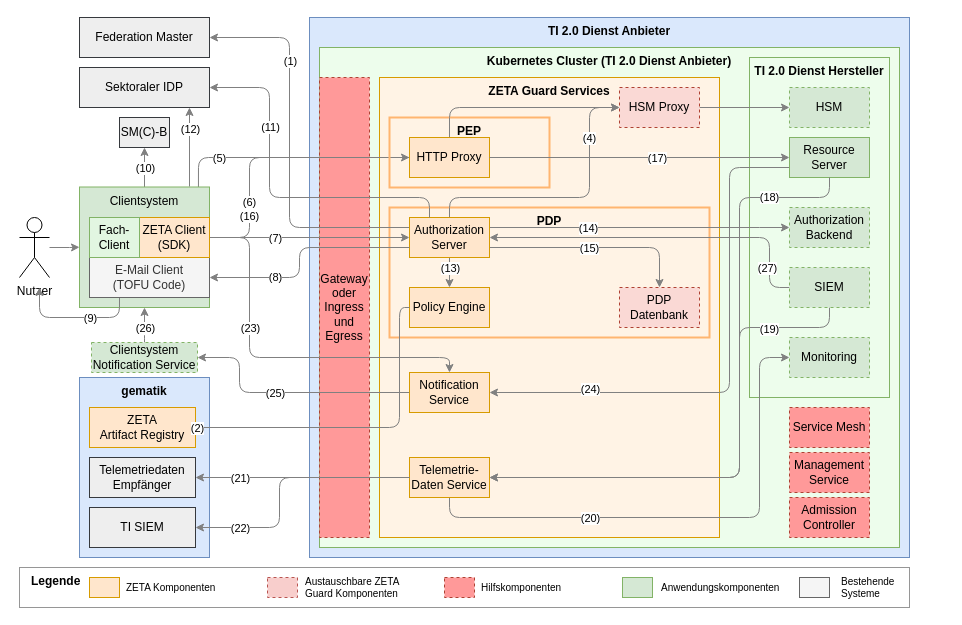
The draw.io diagram src/drawio/Abb-ZETA-Architektur.drawio in gematik/zeta, before the edit. Source tidied: cells renumbered, new cells numbered last; positions are measured from the earlier drawing's top-left corner, leaving out a move shared by most shapes. Both pictures are drawn from the tidied source at 100%, with x=0, y=0 at pixel (19, 17).
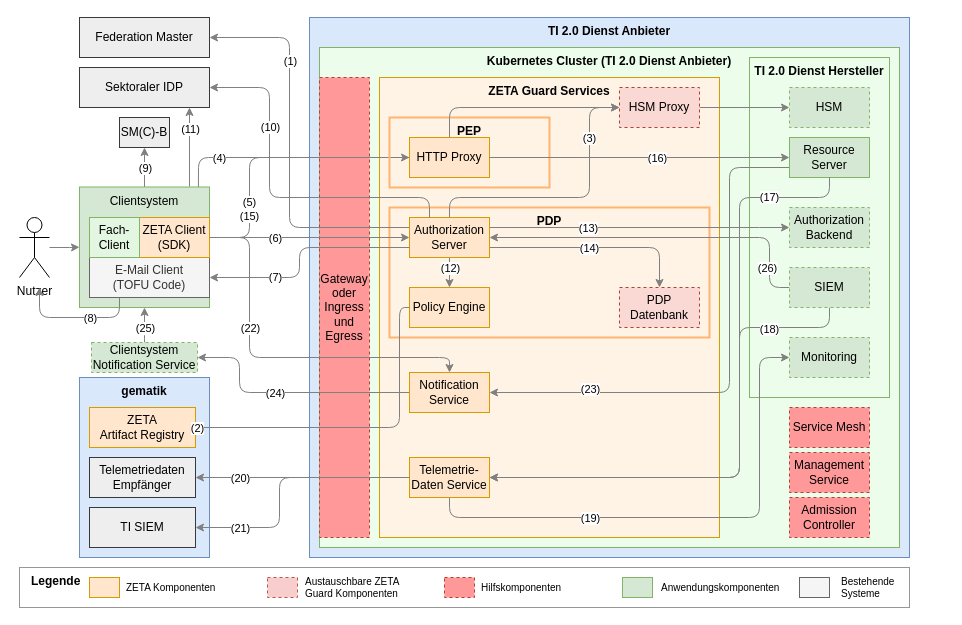
After the change.

Commit message:
fix: Correct values in edge labels and update diagram dimensions in Abb-ZETA-Architektur.drawio

The change refers to these unchanged cells:
```xml
<mxCell id="14" style="edgeStyle=orthogonalEdgeStyle;html=1;entryX=0.5;entryY=0;entryDx=0;entryDy=0;exitX=1;exitY=0.75;exitDx=0;exitDy=0;strokeColor=#808080;" parent="1" edge="1" source="20" target="77">
  <mxGeometry relative="1" as="geometry" />
</mxCell>
<mxCell id="16" style="edgeStyle=orthogonalEdgeStyle;html=1;entryX=0;entryY=0.5;entryDx=0;entryDy=0;exitX=1;exitY=0.25;exitDx=0;exitDy=0;strokeColor=#808080;" parent="1" edge="1" source="20" target="24">
  <mxGeometry relative="1" as="geometry">
    <Array as="points">
      <mxPoint x="730" y="210" />
      <mxPoint x="730" y="210" />
    </Array>
  </mxGeometry>
</mxCell>
<mxCell id="18" style="edgeStyle=none;html=1;entryX=0.5;entryY=0;entryDx=0;entryDy=0;fontColor=#808080;strokeColor=#808080;" parent="1" edge="1" source="20" target="8">
  <mxGeometry relative="1" as="geometry" />
</mxCell>
<mxCell id="21" style="edgeStyle=orthogonalEdgeStyle;rounded=1;jettySize=auto;html=1;entryX=1;entryY=0.5;entryDx=0;entryDy=0;exitX=0;exitY=0.75;exitDx=0;exitDy=0;curved=0;strokeColor=#808080;" parent="1" edge="1" source="23" target="81">
  <mxGeometry relative="1" as="geometry">
    <Array as="points">
      <mxPoint x="710" y="150" />
      <mxPoint x="710" y="375" />
    </Array>
  </mxGeometry>
</mxCell>
<mxCell id="25" style="edgeStyle=orthogonalEdgeStyle;rounded=1;jettySize=auto;html=1;startArrow=none;startFill=0;entryX=0;entryY=0.5;entryDx=0;entryDy=0;curved=0;exitX=0.5;exitY=1;exitDx=0;exitDy=0;strokeColor=#808080;" parent="1" edge="1" source="27" target="30">
  <mxGeometry relative="1" as="geometry">
    <Array as="points">
      <mxPoint x="430" y="500" />
      <mxPoint x="740" y="500" />
      <mxPoint x="740" y="340" />
    </Array>
  </mxGeometry>
</mxCell>
<mxCell id="28" style="edgeStyle=orthogonalEdgeStyle;rounded=1;jettySize=auto;html=1;curved=0;entryX=1;entryY=0.5;entryDx=0;entryDy=0;exitX=0;exitY=0.5;exitDx=0;exitDy=0;strokeColor=#808080;" parent="1" edge="1" source="78" target="20">
  <mxGeometry relative="1" as="geometry">
    <Array as="points">
      <mxPoint x="750" y="270" />
      <mxPoint x="750" y="220" />
    </Array>
  </mxGeometry>
</mxCell>
<mxCell id="31" style="edgeStyle=orthogonalEdgeStyle;rounded=1;orthogonalLoop=1;jettySize=auto;html=1;curved=0;entryX=0;entryY=0.5;entryDx=0;entryDy=0;exitX=1;exitY=0.5;exitDx=0;exitDy=0;strokeColor=#808080;" parent="1" edge="1">
  <mxGeometry relative="1" as="geometry">
    <mxPoint x="200" y="220" as="sourcePoint" />
    <mxPoint x="403.5" y="140" as="targetPoint" />
    <Array as="points">
      <mxPoint x="230" y="220" />
      <mxPoint x="230" y="140" />
    </Array>
  </mxGeometry>
</mxCell>
<mxCell id="33" style="edgeStyle=orthogonalEdgeStyle;rounded=1;jettySize=auto;html=1;entryX=0.5;entryY=1;entryDx=0;entryDy=0;curved=0;exitX=0.5;exitY=0;exitDx=0;exitDy=0;strokeColor=#808080;" parent="1" edge="1" source="37" target="43">
  <mxGeometry relative="1" as="geometry">
    <Array as="points">
      <mxPoint x="125" y="169.6" />
      <mxPoint x="125" y="130.1" />
    </Array>
  </mxGeometry>
</mxCell>
<mxCell id="35" style="edgeStyle=orthogonalEdgeStyle;html=1;entryX=0;entryY=0.5;entryDx=0;entryDy=0;strokeColor=#808080;exitX=0.915;exitY=0;exitDx=0;exitDy=0;exitPerimeter=0;" parent="1" edge="1" source="37" target="72">
  <mxGeometry relative="1" as="geometry">
    <Array as="points">
      <mxPoint x="179" y="140" />
    </Array>
  </mxGeometry>
</mxCell>
<mxCell id="40" style="edgeStyle=orthogonalEdgeStyle;rounded=1;jettySize=auto;html=1;curved=0;strokeColor=#808080;exitX=0.25;exitY=1;exitDx=0;exitDy=0;" parent="1" edge="1" source="42">
  <mxGeometry relative="1" as="geometry">
    <mxPoint x="20" y="270" as="targetPoint" />
    <Array as="points">
      <mxPoint x="100" y="300" />
      <mxPoint x="20" y="300" />
    </Array>
  </mxGeometry>
</mxCell>
<mxCell id="45" style="edgeStyle=orthogonalEdgeStyle;rounded=0;orthogonalLoop=1;jettySize=auto;html=1;strokeColor=#808080;" parent="1" edge="1">
  <mxGeometry relative="1" as="geometry">
    <mxPoint x="170" y="169" as="sourcePoint" />
    <mxPoint x="170" y="90" as="targetPoint" />
  </mxGeometry>
</mxCell>
<mxCell id="47" style="edgeStyle=orthogonalEdgeStyle;rounded=1;jettySize=auto;html=1;entryX=1;entryY=0.5;entryDx=0;entryDy=0;exitX=0;exitY=0.5;exitDx=0;exitDy=0;curved=0;strokeColor=#808080;" parent="1" edge="1" source="27" target="53">
  <mxGeometry relative="1" as="geometry">
    <Array as="points">
      <mxPoint x="330" y="460" />
      <mxPoint x="330" y="460" />
    </Array>
  </mxGeometry>
</mxCell>
<mxCell id="49" style="edgeStyle=orthogonalEdgeStyle;rounded=1;jettySize=auto;html=1;entryX=1;entryY=0.5;entryDx=0;entryDy=0;curved=0;exitX=0;exitY=0.5;exitDx=0;exitDy=0;strokeColor=#808080;" parent="1" edge="1" source="27" target="55">
  <mxGeometry relative="1" as="geometry">
    <Array as="points">
      <mxPoint x="260" y="460" />
      <mxPoint x="260" y="510" />
    </Array>
  </mxGeometry>
</mxCell>
<mxCell id="51" style="edgeStyle=orthogonalEdgeStyle;rounded=1;jettySize=auto;html=1;curved=0;exitX=0.5;exitY=1;exitDx=0;exitDy=0;startArrow=none;startFill=0;entryX=1;entryY=0.5;entryDx=0;entryDy=0;strokeColor=#808080;" parent="1" edge="1" source="78" target="27">
  <mxGeometry relative="1" as="geometry">
    <Array as="points">
      <mxPoint x="809.7" y="290" />
      <mxPoint x="809.7" y="310" />
      <mxPoint x="720" y="310" />
      <mxPoint x="720" y="460" />
    </Array>
  </mxGeometry>
</mxCell>
<mxCell id="62" style="edgeStyle=orthogonalEdgeStyle;rounded=1;jettySize=auto;html=1;entryX=1;entryY=0.5;entryDx=0;entryDy=0;exitX=0;exitY=0.75;exitDx=0;exitDy=0;curved=0;strokeColor=#808080;" parent="1" edge="1" source="20" target="42">
  <mxGeometry relative="1" as="geometry">
    <Array as="points">
      <mxPoint x="280" y="230" />
      <mxPoint x="280" y="260" />
    </Array>
  </mxGeometry>
</mxCell>
<mxCell id="64" style="edgeStyle=orthogonalEdgeStyle;rounded=1;jettySize=auto;html=1;entryX=0.5;entryY=0;entryDx=0;entryDy=0;curved=0;exitX=1;exitY=0.5;exitDx=0;exitDy=0;strokeColor=#808080;" parent="1" edge="1" source="68" target="81">
  <mxGeometry relative="1" as="geometry">
    <Array as="points">
      <mxPoint x="230" y="220" />
      <mxPoint x="230" y="340" />
      <mxPoint x="430" y="340" />
    </Array>
  </mxGeometry>
</mxCell>
<mxCell id="66" style="edgeStyle=orthogonalEdgeStyle;html=1;entryX=0;entryY=0.5;entryDx=0;entryDy=0;exitX=1;exitY=0.5;exitDx=0;exitDy=0;strokeColor=#808080;" parent="1" edge="1" source="68" target="20">
  <mxGeometry relative="1" as="geometry">
    <Array as="points">
      <mxPoint x="210" y="220" />
      <mxPoint x="210" y="220" />
    </Array>
  </mxGeometry>
</mxCell>
<mxCell id="70" style="edgeStyle=orthogonalEdgeStyle;html=1;entryX=0;entryY=0.5;entryDx=0;entryDy=0;exitX=0.5;exitY=0;exitDx=0;exitDy=0;strokeColor=#808080;" parent="1" edge="1" source="72" target="88">
  <mxGeometry relative="1" as="geometry">
    <Array as="points">
      <mxPoint x="430" y="90" />
    </Array>
  </mxGeometry>
</mxCell>
<mxCell id="73" style="edgeStyle=orthogonalEdgeStyle;rounded=1;jettySize=auto;html=1;entryX=1;entryY=0.5;entryDx=0;entryDy=0;exitX=0.25;exitY=0;exitDx=0;exitDy=0;curved=0;strokeColor=#808080;" parent="1" edge="1" source="20" target="44">
  <mxGeometry relative="1" as="geometry">
    <Array as="points">
      <mxPoint x="410" y="180" />
      <mxPoint x="250" y="180" />
      <mxPoint x="250" y="70" />
    </Array>
  </mxGeometry>
</mxCell>
<mxCell id="75" style="edgeStyle=orthogonalEdgeStyle;rounded=1;jettySize=auto;html=1;entryX=0;entryY=0.5;entryDx=0;entryDy=0;exitX=1;exitY=0.5;exitDx=0;exitDy=0;curved=0;strokeColor=#808080;" parent="1" edge="1" source="72" target="23">
  <mxGeometry relative="1" as="geometry">
    <Array as="points">
      <mxPoint x="769" y="140" />
    </Array>
  </mxGeometry>
</mxCell>
<mxCell id="79" style="edgeStyle=orthogonalEdgeStyle;rounded=1;jettySize=auto;html=1;entryX=1;entryY=0.5;entryDx=0;entryDy=0;exitX=0;exitY=0.5;exitDx=0;exitDy=0;curved=0;strokeColor=#808080;" parent="1" edge="1" source="81" target="84">
  <mxGeometry relative="1" as="geometry">
    <Array as="points">
      <mxPoint x="220" y="375" />
      <mxPoint x="220" y="340" />
    </Array>
  </mxGeometry>
</mxCell>
<mxCell id="82" style="edgeStyle=orthogonalEdgeStyle;rounded=1;jettySize=auto;html=1;entryX=0.5;entryY=1;entryDx=0;entryDy=0;exitX=0.5;exitY=0;exitDx=0;exitDy=0;curved=0;strokeColor=#808080;" parent="1" edge="1" source="84" target="37">
  <mxGeometry relative="1" as="geometry">
    <Array as="points">
      <mxPoint x="125" y="320" />
      <mxPoint x="125" y="320" />
    </Array>
  </mxGeometry>
</mxCell>
<mxCell id="98" style="edgeStyle=orthogonalEdgeStyle;rounded=1;jettySize=auto;html=1;entryX=1;entryY=0.5;entryDx=0;entryDy=0;curved=0;exitX=0.5;exitY=1;exitDx=0;exitDy=0;strokeColor=#808080;" parent="1" edge="1" source="23" target="27">
  <mxGeometry relative="1" as="geometry">
    <Array as="points">
      <mxPoint x="809.7" y="180" />
      <mxPoint x="720" y="180" />
      <mxPoint x="720" y="460" />
    </Array>
  </mxGeometry>
</mxCell>
```

Diff of the diagram source:
```diff
@@
-    <mxCell id="15" value="(15)" style="edgeLabel;html=1;align=center;verticalAlign=middle;" parent="14" vertex="1">
+    <mxCell id="15" value="(14)" style="edgeLabel;html=1;align=center;verticalAlign=middle;" parent="14" vertex="1">
       <mxGeometry x="-0.48" relative="1" as="geometry">
         <mxPoint x="44" as="offset" />
       </mxGeometry>
     </mxCell>
@@
-    <mxCell id="17" value="(14)" style="edgeLabel;html=1;align=center;verticalAlign=middle;" parent="16" vertex="1">
+    <mxCell id="17" value="(13)" style="edgeLabel;html=1;align=center;verticalAlign=middle;" parent="16" vertex="1">
       <mxGeometry x="0.19" y="-1" relative="1" as="geometry">
         <mxPoint x="-81" y="-1" as="offset" />
       </mxGeometry>
     </mxCell>
@@
-    <mxCell id="19" value="(13)" style="edgeLabel;html=1;align=center;verticalAlign=middle;" parent="18" vertex="1">
+    <mxCell id="19" value="(12)" style="edgeLabel;html=1;align=center;verticalAlign=middle;" parent="18" vertex="1">
       <mxGeometry x="-0.28" y="-1" relative="1" as="geometry">
         <mxPoint x="1" y="-1" as="offset" />
       </mxGeometry>
     </mxCell>
@@
-    <mxCell id="22" value="(24)" style="edgeLabel;html=1;align=center;verticalAlign=middle;" parent="21" vertex="1">
+    <mxCell id="22" value="(23)" style="edgeLabel;html=1;align=center;verticalAlign=middle;" parent="21" vertex="1">
       <mxGeometry x="-0.28" y="1" relative="1" as="geometry">
         <mxPoint x="-141" y="92" as="offset" />
       </mxGeometry>
     </mxCell>
@@
-    <mxCell id="26" value="(20)" style="edgeLabel;html=1;align=center;verticalAlign=middle;" parent="25" vertex="1">
+    <mxCell id="26" value="(19)" style="edgeLabel;html=1;align=center;verticalAlign=middle;" parent="25" vertex="1">
       <mxGeometry x="-0.08" y="-1" relative="1" as="geometry">
         <mxPoint x="-79" y="-1" as="offset" />
       </mxGeometry>
     </mxCell>
@@
-    <mxCell id="29" value="(27)" style="edgeLabel;html=1;align=center;verticalAlign=middle;" parent="28" vertex="1">
+    <mxCell id="29" value="(26)" style="edgeLabel;html=1;align=center;verticalAlign=middle;" parent="28" vertex="1">
       <mxGeometry x="0.13" relative="1" as="geometry">
         <mxPoint x="125" y="30" as="offset" />
       </mxGeometry>
     </mxCell>
@@
-    <mxCell id="32" value="(6)&lt;div&gt;(16)&lt;/div&gt;" style="edgeLabel;html=1;align=center;verticalAlign=middle;" parent="31" vertex="1">
+    <mxCell id="32" value="(5)&lt;div&gt;(15)&lt;/div&gt;" style="edgeLabel;html=1;align=center;verticalAlign=middle;" parent="31" vertex="1">
       <mxGeometry x="-0.54" y="1" relative="1" as="geometry">
         <mxPoint y="6" as="offset" />
       </mxGeometry>
     </mxCell>
@@
-    <mxCell id="34" value="(10)" style="edgeLabel;html=1;align=center;verticalAlign=middle;" parent="33" vertex="1">
+    <mxCell id="34" value="(9)" style="edgeLabel;html=1;align=center;verticalAlign=middle;" parent="33" vertex="1">
       <mxGeometry x="0.12" relative="1" as="geometry">
         <mxPoint y="3" as="offset" />
       </mxGeometry>
     </mxCell>
@@
-    <mxCell id="36" value="(5)" style="edgeLabel;html=1;align=center;verticalAlign=middle;" parent="35" vertex="1">
+    <mxCell id="36" value="(4)" style="edgeLabel;html=1;align=center;verticalAlign=middle;" parent="35" vertex="1">
       <mxGeometry x="-0.35" y="1" relative="1" as="geometry">
         <mxPoint x="-28" y="1" as="offset" />
       </mxGeometry>
     </mxCell>
@@
-    <mxCell id="41" value="(9)" style="edgeLabel;html=1;align=center;verticalAlign=middle;" parent="40" vertex="1">
+    <mxCell id="41" value="(8)" style="edgeLabel;html=1;align=center;verticalAlign=middle;" parent="40" vertex="1">
       <mxGeometry x="0.15" y="1" relative="1" as="geometry">
         <mxPoint x="25" y="-1" as="offset" />
       </mxGeometry>
     </mxCell>
@@
-    <mxCell id="46" value="(12)" style="edgeLabel;html=1;align=center;verticalAlign=middle;" parent="45" vertex="1">
+    <mxCell id="46" value="(11)" style="edgeLabel;html=1;align=center;verticalAlign=middle;" parent="45" vertex="1">
       <mxGeometry x="0.47" relative="1" as="geometry" />
     </mxCell>
@@
-    <mxCell id="48" value="(21)" style="edgeLabel;html=1;align=center;verticalAlign=middle;" parent="47" vertex="1">
+    <mxCell id="48" value="(20)" style="edgeLabel;html=1;align=center;verticalAlign=middle;" parent="47" vertex="1">
       <mxGeometry x="0.79" y="-1" relative="1" as="geometry">
         <mxPoint x="22" y="1" as="offset" />
       </mxGeometry>
     </mxCell>
@@
-    <mxCell id="50" value="(22)" style="edgeLabel;html=1;align=center;verticalAlign=middle;" parent="49" vertex="1">
+    <mxCell id="50" value="(21)" style="edgeLabel;html=1;align=center;verticalAlign=middle;" parent="49" vertex="1">
       <mxGeometry x="0.86" relative="1" as="geometry">
         <mxPoint x="26" as="offset" />
       </mxGeometry>
     </mxCell>
@@
-    <mxCell id="52" value="(19)" style="edgeLabel;html=1;align=center;verticalAlign=middle;" parent="51" vertex="1">
+    <mxCell id="52" value="(18)" style="edgeLabel;html=1;align=center;verticalAlign=middle;" parent="51" vertex="1">
       <mxGeometry x="-0.46" y="-1" relative="1" as="geometry">
         <mxPoint x="30" y="-27" as="offset" />
       </mxGeometry>
     </mxCell>
@@
-    <mxCell id="63" value="(8)" style="edgeLabel;html=1;align=center;verticalAlign=middle;" parent="62" vertex="1">
+    <mxCell id="63" value="(7)" style="edgeLabel;html=1;align=center;verticalAlign=middle;" parent="62" vertex="1">
       <mxGeometry x="0.15" relative="1" as="geometry">
         <mxPoint x="-25" y="7" as="offset" />
       </mxGeometry>
     </mxCell>
@@
-    <mxCell id="65" value="(23)" style="edgeLabel;html=1;align=center;verticalAlign=middle;" parent="64" vertex="1">
+    <mxCell id="65" value="(22)" style="edgeLabel;html=1;align=center;verticalAlign=middle;" parent="64" vertex="1">
       <mxGeometry x="-0.39" relative="1" as="geometry">
         <mxPoint y="16" as="offset" />
       </mxGeometry>
     </mxCell>
@@
-    <mxCell id="67" value="(7)" style="edgeLabel;html=1;align=center;verticalAlign=middle;" parent="66" vertex="1">
+    <mxCell id="67" value="(6)" style="edgeLabel;html=1;align=center;verticalAlign=middle;" parent="66" vertex="1">
       <mxGeometry x="-0.39" relative="1" as="geometry">
         <mxPoint x="4" as="offset" />
       </mxGeometry>
     </mxCell>
@@
-    <mxCell id="71" value="(4)" style="edgeLabel;html=1;align=center;verticalAlign=middle;" parent="70" vertex="1">
+    <mxCell id="71" value="(3)" style="edgeLabel;html=1;align=center;verticalAlign=middle;" parent="70" vertex="1">
       <mxGeometry x="0.86" relative="1" as="geometry">
         <mxPoint x="-17" y="30" as="offset" />
       </mxGeometry>
     </mxCell>
@@
-    <mxCell id="74" value="(11)" style="edgeLabel;html=1;align=center;verticalAlign=middle;" parent="73" vertex="1">
+    <mxCell id="74" value="(10)" style="edgeLabel;html=1;align=center;verticalAlign=middle;" parent="73" vertex="1">
       <mxGeometry x="0.51" relative="1" as="geometry">
         <mxPoint y="13" as="offset" />
       </mxGeometry>
     </mxCell>
@@
-    <mxCell id="76" value="(17)" style="edgeLabel;html=1;align=center;verticalAlign=middle;" parent="75" vertex="1">
+    <mxCell id="76" value="(16)" style="edgeLabel;html=1;align=center;verticalAlign=middle;" parent="75" vertex="1">
       <mxGeometry x="-0.3" relative="1" as="geometry">
         <mxPoint x="62" as="offset" />
       </mxGeometry>
     </mxCell>
@@
-    <mxCell id="80" value="(25)" style="edgeLabel;html=1;align=center;verticalAlign=middle;" parent="79" vertex="1">
+    <mxCell id="80" value="(24)" style="edgeLabel;html=1;align=center;verticalAlign=middle;" parent="79" vertex="1">
       <mxGeometry x="0.76" relative="1" as="geometry">
         <mxPoint x="47" y="35" as="offset" />
       </mxGeometry>
     </mxCell>
@@
-    <mxCell id="83" value="(26)" style="edgeLabel;html=1;align=center;verticalAlign=middle;" parent="82" vertex="1">
+    <mxCell id="83" value="(25)" style="edgeLabel;html=1;align=center;verticalAlign=middle;" parent="82" vertex="1">
       <mxGeometry x="-0.1" relative="1" as="geometry">
         <mxPoint y="1" as="offset" />
       </mxGeometry>
     </mxCell>
@@
-    <mxCell id="99" value="(18)" style="edgeLabel;html=1;align=center;verticalAlign=middle;" parent="98" vertex="1">
+    <mxCell id="99" value="(17)" style="edgeLabel;html=1;align=center;verticalAlign=middle;" parent="98" vertex="1">
       <mxGeometry x="-0.75" relative="1" as="geometry">
         <mxPoint x="-1" y="-1" as="offset" />
       </mxGeometry>
     </mxCell>
```
